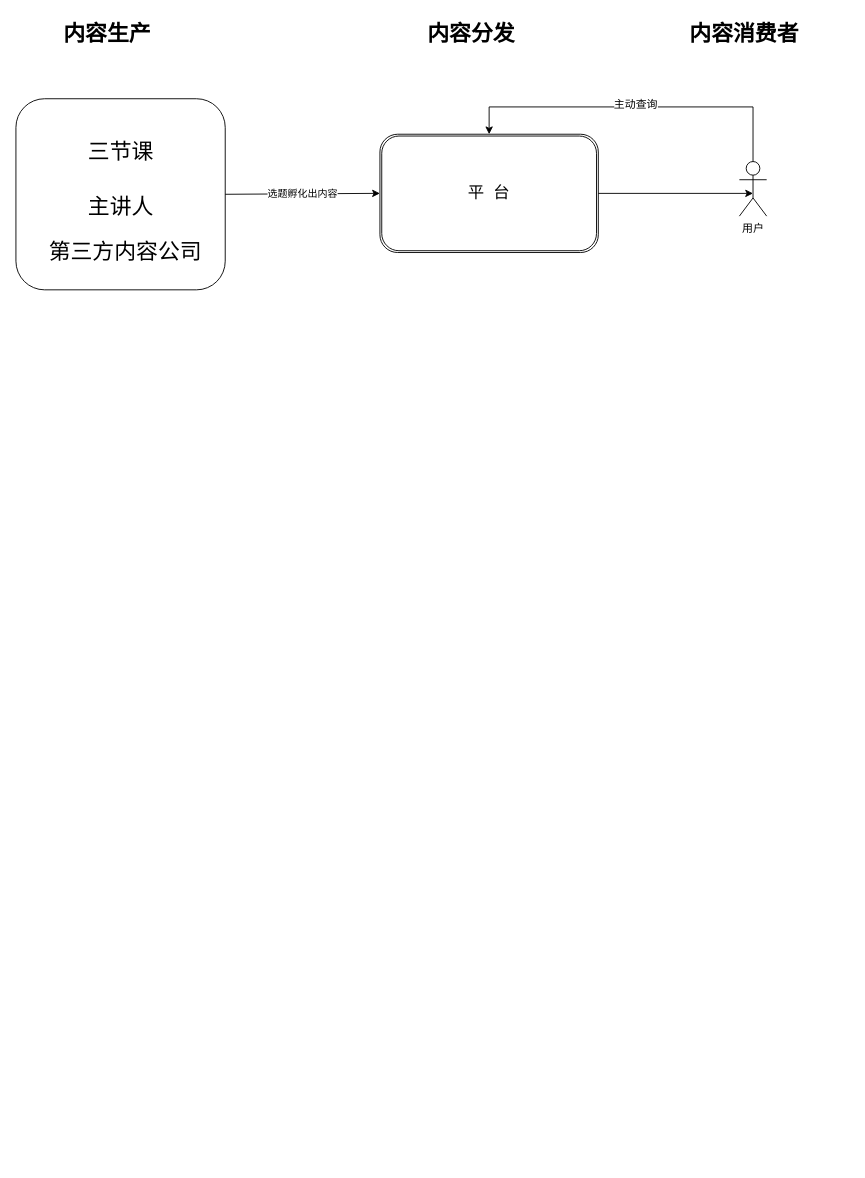
cpu6660/knight keeps this draw.io diagram as page "三节课" (7 of 7) of snail_process.drawio. Above is the earlier version. Source tidied: cells renumbered, new cells numbered last; positions are measured from the earlier drawing's top-left corner, leaving out a move shared by most shapes. Both pictures are drawn from the tidied source at 91%, with x=0, y=0 at pixel (15, 15).
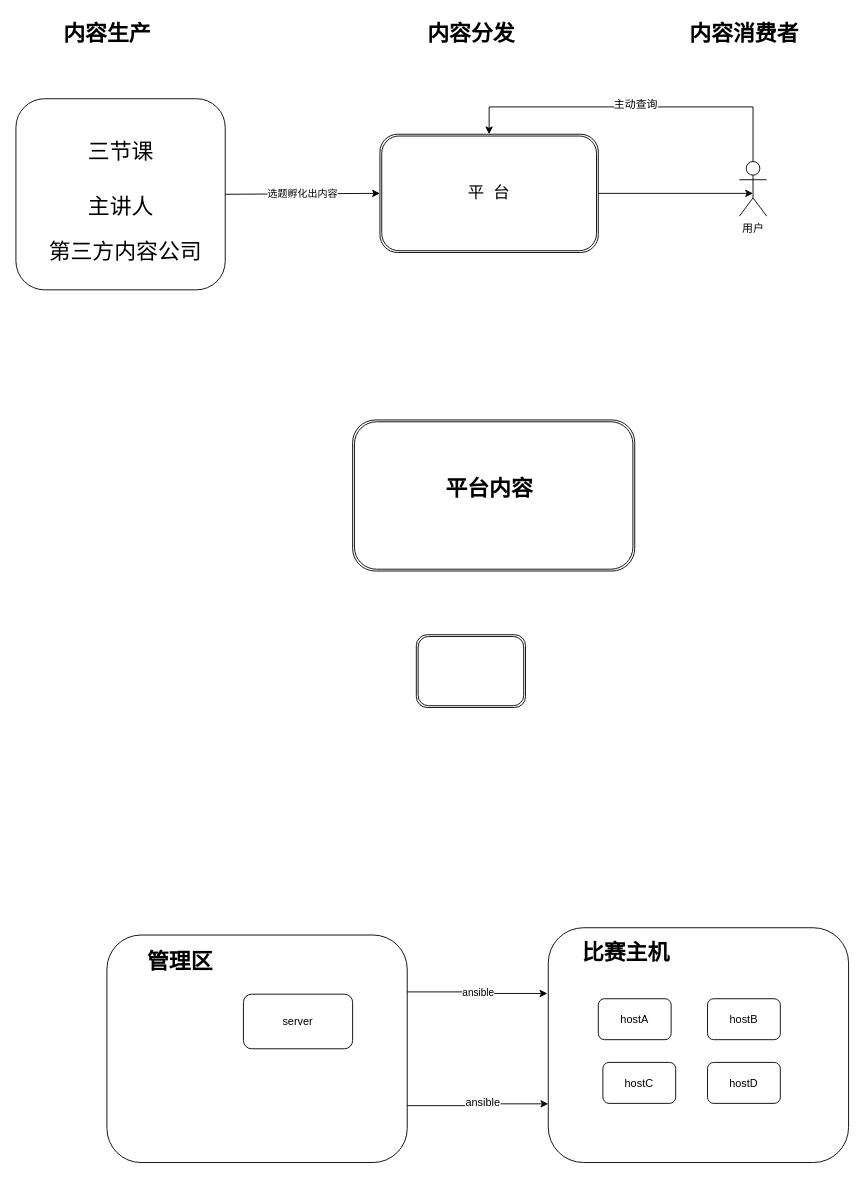
After the change.

The edit, as a diff of the source:
```diff
@@
+    <mxCell id="16" style="shape=ext;double=1;rounded=1;whiteSpace=wrap;html=1;shadow=0;startSize=20;fillColor=none;" parent="1" vertex="1">
+      <mxGeometry x="370" y="444" width="310" height="166" as="geometry" />
+    </mxCell>
+    <mxCell id="17" value="平台内容" style="text;strokeColor=none;fillColor=none;html=1;fontSize=24;fontStyle=1;verticalAlign=middle;align=center;rounded=0;shadow=0;startSize=20;" parent="1" vertex="1">
+      <mxGeometry x="470" y="500" width="100" height="40" as="geometry" />
+    </mxCell>
+    <mxCell id="18" style="shape=ext;double=1;rounded=1;whiteSpace=wrap;html=1;shadow=0;startSize=20;fillColor=none;" parent="1" vertex="1">
+      <mxGeometry x="440" y="680" width="120" height="80" as="geometry" />
+    </mxCell>
+    <mxCell id="19" style="rounded=1;whiteSpace=wrap;html=1;shadow=0;startSize=20;fillColor=none;" parent="1" vertex="1">
+      <mxGeometry x="585" y="1002" width="330" height="258" as="geometry" />
+    </mxCell>
+    <mxCell id="20" value="ansible" style="edgeStyle=orthogonalEdgeStyle;rounded=0;jumpStyle=sharp;jumpSize=10;jettySize=auto;html=1;exitX=1;exitY=0.25;exitDx=0;exitDy=0;entryX=-0.003;entryY=0.28;entryDx=0;entryDy=0;entryPerimeter=0;startArrow=none;startFill=0;" parent="1" edge="1" source="23" target="19">
+      <mxGeometry relative="1" as="geometry" />
+    </mxCell>
+    <mxCell id="21" style="edgeStyle=orthogonalEdgeStyle;rounded=0;jumpStyle=sharp;jumpSize=10;jettySize=auto;html=1;exitX=1;exitY=0.75;exitDx=0;exitDy=0;entryX=0;entryY=0.75;entryDx=0;entryDy=0;startArrow=none;startFill=0;" parent="1" edge="1" source="23" target="19">
+      <mxGeometry relative="1" as="geometry">
+        <Array as="points">
+          <mxPoint x="508" y="1198" />
+          <mxPoint x="508" y="1196" />
+        </Array>
+      </mxGeometry>
+    </mxCell>
+    <mxCell id="22" value="ansible" style="text;html=1;align=center;verticalAlign=middle;labelBackgroundColor=#ffffff;" parent="21" vertex="1">
+      <mxGeometry x="0.07" y="2" relative="1" as="geometry" />
+    </mxCell>
+    <mxCell id="23" style="rounded=1;whiteSpace=wrap;html=1;shadow=0;startSize=20;fillColor=none;" parent="1" vertex="1">
+      <mxGeometry x="100" y="1010" width="330" height="250" as="geometry" />
+    </mxCell>
+    <mxCell id="24" value="管理区" style="text;strokeColor=none;fillColor=none;html=1;fontSize=24;fontStyle=1;verticalAlign=middle;align=center;rounded=0;shadow=0;startSize=20;" parent="1" vertex="1">
+      <mxGeometry x="130" y="1020" width="100" height="40" as="geometry" />
+    </mxCell>
+    <mxCell id="25" value="比赛主机" style="text;strokeColor=none;fillColor=none;html=1;fontSize=24;fontStyle=1;verticalAlign=middle;align=center;rounded=0;shadow=0;startSize=20;" parent="1" vertex="1">
+      <mxGeometry x="620" y="1010" width="100" height="40" as="geometry" />
+    </mxCell>
+    <mxCell id="26" value="hostA" style="rounded=1;whiteSpace=wrap;html=1;shadow=0;startSize=20;fillColor=none;" parent="1" vertex="1">
+      <mxGeometry x="640" y="1080" width="80" height="45" as="geometry" />
+    </mxCell>
+    <mxCell id="27" value="hostB" style="rounded=1;whiteSpace=wrap;html=1;shadow=0;startSize=20;fillColor=none;" parent="1" vertex="1">
+      <mxGeometry x="760" y="1080" width="80" height="45" as="geometry" />
+    </mxCell>
+    <mxCell id="28" value="hostC" style="rounded=1;whiteSpace=wrap;html=1;shadow=0;startSize=20;fillColor=none;" parent="1" vertex="1">
+      <mxGeometry x="645" y="1150" width="80" height="45" as="geometry" />
+    </mxCell>
+    <mxCell id="29" value="hostD" style="rounded=1;whiteSpace=wrap;html=1;shadow=0;startSize=20;fillColor=none;" parent="1" vertex="1">
+      <mxGeometry x="760" y="1150" width="80" height="45" as="geometry" />
+    </mxCell>
+    <mxCell id="30" value="server" style="rounded=1;whiteSpace=wrap;html=1;shadow=0;startSize=20;fillColor=none;" parent="1" vertex="1">
+      <mxGeometry x="250" y="1075" width="120" height="60" as="geometry" />
+    </mxCell>
```
